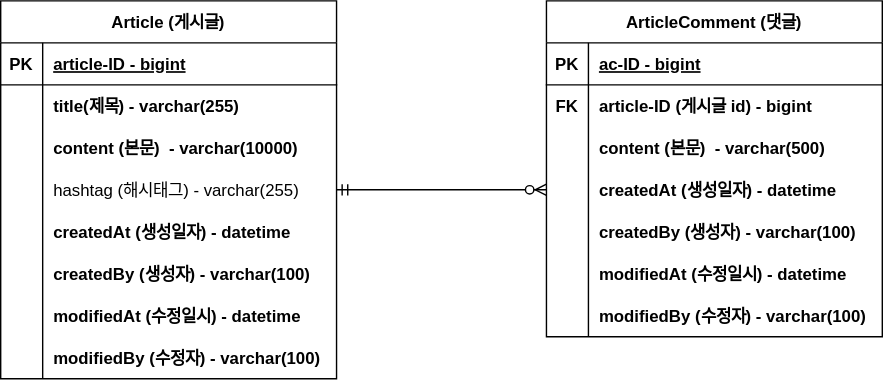
Before: document/ERD.svg, a diagram exported from draw.io (goodjob0412/project-board). Source tidied: cells renumbered, new cells last; positions are measured from the earlier drawing's top-left corner, leaving out a move shared by most shapes.
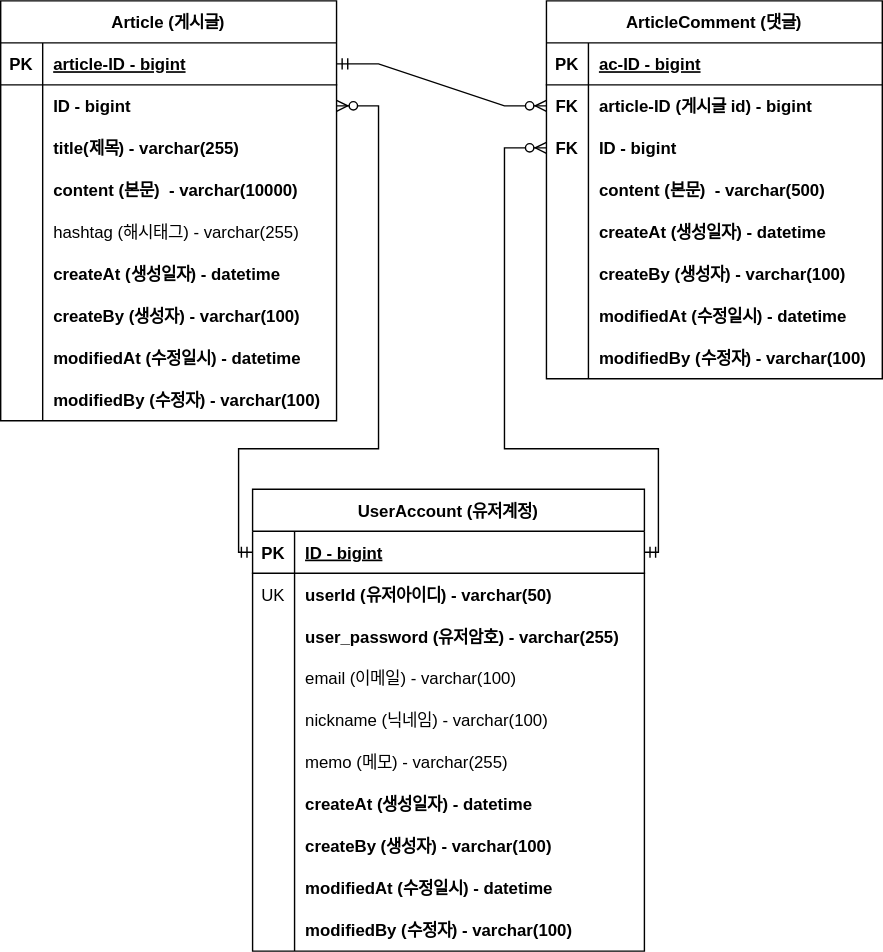
Later version of the same file.

The edit, as a diff of the source:
```diff
@@ -3,7 +3,7 @@
     <mxCell id="0" />
     <mxCell id="1" parent="0" />
     <mxCell id="2" value="Article (게시글)" style="shape=table;startSize=30;rowLines=0;fontStyle=1;align=center;" parent="1" vertex="1">
-      <mxGeometry width="240" height="270" as="geometry" />
+      <mxGeometry width="240" height="300" as="geometry" />
     </mxCell>
     <mxCell id="3" style="shape=tableRow;horizontal=0;startSize=0;swimlaneHead=0;swimlaneBody=0;fillColor=none;points=[[0,0.5],[1,0.5]];portConstraint=eastwest;top=0;left=0;right=0;bottom=1;" parent="2" vertex="1">
       <mxGeometry y="30" width="240" height="30" as="geometry" />
@@ -20,11 +20,20 @@
     <mxCell id="7" style="shape=partialRectangle;fillColor=none;top=0;left=0;bottom=0;right=0;overflow=hidden;" parent="6" vertex="1">
       <mxGeometry width="30" height="30" as="geometry" />
     </mxCell>
-    <mxCell id="8" value="title(제목) - varchar(255)" style="shape=partialRectangle;fillColor=none;top=0;left=0;bottom=0;right=0;align=left;spacingLeft=6;overflow=hidden;fontStyle=1;" parent="6" vertex="1">
+    <mxCell id="8" value="ID - bigint" style="shape=partialRectangle;fillColor=none;top=0;left=0;bottom=0;right=0;align=left;spacingLeft=6;overflow=hidden;fontStyle=1;" parent="6" vertex="1">
       <mxGeometry x="30" width="210" height="30" as="geometry" />
     </mxCell>
+    <mxCell id="50" style="shape=tableRow;horizontal=0;startSize=0;swimlaneHead=0;swimlaneBody=0;fillColor=none;top=0;left=0;right=0;bottom=0;" parent="2" vertex="1">
+      <mxGeometry y="90" width="240" height="30" as="geometry" />
+    </mxCell>
+    <mxCell id="51" style="shape=partialRectangle;fillColor=none;top=0;left=0;bottom=0;right=0;overflow=hidden;" parent="50" vertex="1">
+      <mxGeometry width="30" height="30" as="geometry" />
+    </mxCell>
+    <mxCell id="52" value="title(제목) - varchar(255)" style="shape=partialRectangle;fillColor=none;top=0;left=0;bottom=0;right=0;align=left;spacingLeft=6;overflow=hidden;fontStyle=1;" parent="50" vertex="1">
+      <mxGeometry x="30" width="210" height="30" as="geometry" />
+    </mxCell>
     <mxCell id="9" style="shape=tableRow;horizontal=0;startSize=0;swimlaneHead=0;swimlaneBody=0;fillColor=none;top=0;left=0;right=0;bottom=0;" parent="2" vertex="1">
-      <mxGeometry y="90" width="240" height="30" as="geometry" />
+      <mxGeometry y="120" width="240" height="30" as="geometry" />
     </mxCell>
     <mxCell id="10" style="shape=partialRectangle;fillColor=none;top=0;left=0;bottom=0;right=0;overflow=hidden;" parent="9" vertex="1">
       <mxGeometry width="30" height="30" as="geometry" />
@@ -33,7 +42,7 @@
       <mxGeometry x="30" width="210" height="30" as="geometry" />
     </mxCell>
     <mxCell id="12" style="shape=tableRow;horizontal=0;startSize=0;swimlaneHead=0;swimlaneBody=0;fillColor=none;points=[[0,0.5],[1,0.5]];portConstraint=eastwest;top=0;left=0;right=0;bottom=0;" parent="2" vertex="1">
-      <mxGeometry y="120" width="240" height="30" as="geometry" />
+      <mxGeometry y="150" width="240" height="30" as="geometry" />
     </mxCell>
     <mxCell id="13" style="shape=partialRectangle;fillColor=none;top=0;left=0;bottom=0;right=0;overflow=hidden;" parent="12" vertex="1">
       <mxGeometry width="30" height="30" as="geometry" />
@@ -42,7 +51,7 @@
       <mxGeometry x="30" width="210" height="30" as="geometry" />
     </mxCell>
     <mxCell id="15" style="shape=tableRow;horizontal=0;startSize=0;swimlaneHead=0;swimlaneBody=0;fillColor=none;top=0;left=0;right=0;bottom=0;" parent="2" vertex="1">
-      <mxGeometry y="150" width="240" height="30" as="geometry" />
+      <mxGeometry y="180" width="240" height="30" as="geometry" />
     </mxCell>
     <mxCell id="16" style="shape=partialRectangle;fillColor=none;top=0;left=0;bottom=0;right=0;overflow=hidden;" parent="15" vertex="1">
       <mxGeometry width="30" height="30" as="geometry" />
@@ -51,7 +60,7 @@
       <mxGeometry x="30" width="210" height="30" as="geometry" />
     </mxCell>
     <mxCell id="18" style="shape=tableRow;horizontal=0;startSize=0;swimlaneHead=0;swimlaneBody=0;fillColor=none;top=0;left=0;right=0;bottom=0;" parent="2" vertex="1">
-      <mxGeometry y="180" width="240" height="30" as="geometry" />
+      <mxGeometry y="210" width="240" height="30" as="geometry" />
     </mxCell>
     <mxCell id="19" style="shape=partialRectangle;fillColor=none;top=0;left=0;bottom=0;right=0;overflow=hidden;" parent="18" vertex="1">
       <mxGeometry width="30" height="30" as="geometry" />
@@ -60,7 +69,7 @@
       <mxGeometry x="30" width="210" height="30" as="geometry" />
     </mxCell>
     <mxCell id="21" style="shape=tableRow;horizontal=0;startSize=0;swimlaneHead=0;swimlaneBody=0;fillColor=none;top=0;left=0;right=0;bottom=0;" parent="2" vertex="1">
-      <mxGeometry y="210" width="240" height="30" as="geometry" />
+      <mxGeometry y="240" width="240" height="30" as="geometry" />
     </mxCell>
     <mxCell id="22" style="shape=partialRectangle;fillColor=none;top=0;left=0;bottom=0;right=0;overflow=hidden;" parent="21" vertex="1">
       <mxGeometry width="30" height="30" as="geometry" />
@@ -69,7 +78,7 @@
       <mxGeometry x="30" width="210" height="30" as="geometry" />
     </mxCell>
     <mxCell id="24" style="shape=tableRow;horizontal=0;startSize=0;swimlaneHead=0;swimlaneBody=0;fillColor=none;top=0;left=0;right=0;bottom=0;" parent="2" vertex="1">
-      <mxGeometry y="240" width="240" height="30" as="geometry" />
+      <mxGeometry y="270" width="240" height="30" as="geometry" />
     </mxCell>
     <mxCell id="25" style="shape=partialRectangle;fillColor=none;top=0;left=0;bottom=0;right=0;overflow=hidden;" parent="24" vertex="1">
       <mxGeometry width="30" height="30" as="geometry" />
@@ -78,7 +87,7 @@
       <mxGeometry x="30" width="210" height="30" as="geometry" />
     </mxCell>
     <mxCell id="27" value="ArticleComment (댓글)" style="shape=table;startSize=30;rowLines=0;fontStyle=1;align=center;" parent="1" vertex="1">
-      <mxGeometry x="390" width="240" height="240" as="geometry" />
+      <mxGeometry x="390" width="240" height="270" as="geometry" />
     </mxCell>
     <mxCell id="28" style="shape=tableRow;horizontal=0;startSize=0;swimlaneHead=0;swimlaneBody=0;fillColor=none;top=0;left=0;right=0;bottom=1;" parent="27" vertex="1">
       <mxGeometry y="30" width="240" height="30" as="geometry" />
@@ -98,8 +107,17 @@
     <mxCell id="33" value="article-ID (게시글 id) - bigint" style="shape=partialRectangle;fillColor=none;top=0;left=0;bottom=0;right=0;align=left;spacingLeft=6;overflow=hidden;fontStyle=1;" parent="31" vertex="1">
       <mxGeometry x="30" width="210" height="30" as="geometry" />
     </mxCell>
+    <mxCell id="53" style="shape=tableRow;horizontal=0;startSize=0;swimlaneHead=0;swimlaneBody=0;fillColor=none;points=[[0,0.5],[1,0.5]];portConstraint=eastwest;top=0;left=0;right=0;bottom=0;" parent="27" vertex="1">
+      <mxGeometry y="90" width="240" height="30" as="geometry" />
+    </mxCell>
+    <mxCell id="54" value="FK" style="shape=partialRectangle;fillColor=none;top=0;left=0;bottom=0;right=0;overflow=hidden;fontStyle=1;" parent="53" vertex="1">
+      <mxGeometry width="30" height="30" as="geometry" />
+    </mxCell>
+    <mxCell id="55" value="ID - bigint" style="shape=partialRectangle;fillColor=none;top=0;left=0;bottom=0;right=0;align=left;spacingLeft=6;overflow=hidden;fontStyle=1;" parent="53" vertex="1">
+      <mxGeometry x="30" width="210" height="30" as="geometry" />
+    </mxCell>
     <mxCell id="34" style="shape=tableRow;horizontal=0;startSize=0;swimlaneHead=0;swimlaneBody=0;fillColor=none;top=0;left=0;right=0;bottom=0;" parent="27" vertex="1">
-      <mxGeometry y="90" width="240" height="30" as="geometry" />
+      <mxGeometry y="120" width="240" height="30" as="geometry" />
     </mxCell>
     <mxCell id="35" style="shape=partialRectangle;fillColor=none;top=0;left=0;bottom=0;right=0;overflow=hidden;" parent="34" vertex="1">
       <mxGeometry width="30" height="30" as="geometry" />
@@ -108,7 +126,7 @@
       <mxGeometry x="30" width="210" height="30" as="geometry" />
     </mxCell>
     <mxCell id="37" style="shape=tableRow;horizontal=0;startSize=0;swimlaneHead=0;swimlaneBody=0;fillColor=none;points=[[0,0.5],[1,0.5]];portConstraint=eastwest;top=0;left=0;right=0;bottom=0;" parent="27" vertex="1">
-      <mxGeometry y="120" width="240" height="30" as="geometry" />
+      <mxGeometry y="150" width="240" height="30" as="geometry" />
     </mxCell>
     <mxCell id="38" style="shape=partialRectangle;fillColor=none;top=0;left=0;bottom=0;right=0;overflow=hidden;" parent="37" vertex="1">
       <mxGeometry width="30" height="30" as="geometry" />
@@ -117,7 +135,7 @@
       <mxGeometry x="30" width="210" height="30" as="geometry" />
     </mxCell>
     <mxCell id="40" style="shape=tableRow;horizontal=0;startSize=0;swimlaneHead=0;swimlaneBody=0;fillColor=none;top=0;left=0;right=0;bottom=0;" parent="27" vertex="1">
-      <mxGeometry y="150" width="240" height="30" as="geometry" />
+      <mxGeometry y="180" width="240" height="30" as="geometry" />
     </mxCell>
     <mxCell id="41" style="shape=partialRectangle;fillColor=none;top=0;left=0;bottom=0;right=0;overflow=hidden;" parent="40" vertex="1">
       <mxGeometry width="30" height="30" as="geometry" />
@@ -126,7 +144,7 @@
       <mxGeometry x="30" width="210" height="30" as="geometry" />
     </mxCell>
     <mxCell id="43" style="shape=tableRow;horizontal=0;startSize=0;swimlaneHead=0;swimlaneBody=0;fillColor=none;top=0;left=0;right=0;bottom=0;" parent="27" vertex="1">
-      <mxGeometry y="180" width="240" height="30" as="geometry" />
+      <mxGeometry y="210" width="240" height="30" as="geometry" />
     </mxCell>
     <mxCell id="44" style="shape=partialRectangle;fillColor=none;top=0;left=0;bottom=0;right=0;overflow=hidden;" parent="43" vertex="1">
       <mxGeometry width="30" height="30" as="geometry" />
@@ -135,7 +153,7 @@
       <mxGeometry x="30" width="210" height="30" as="geometry" />
     </mxCell>
     <mxCell id="46" style="shape=tableRow;horizontal=0;startSize=0;swimlaneHead=0;swimlaneBody=0;fillColor=none;top=0;left=0;right=0;bottom=0;" parent="27" vertex="1">
-      <mxGeometry y="210" width="240" height="30" as="geometry" />
+      <mxGeometry y="240" width="240" height="30" as="geometry" />
     </mxCell>
     <mxCell id="47" style="shape=partialRectangle;fillColor=none;top=0;left=0;bottom=0;right=0;overflow=hidden;" parent="46" vertex="1">
       <mxGeometry width="30" height="30" as="geometry" />
@@ -143,8 +161,121 @@
     <mxCell id="48" value="modifiedBy (수정자) - varchar(100)" style="shape=partialRectangle;fillColor=none;top=0;left=0;bottom=0;right=0;align=left;spacingLeft=6;overflow=hidden;fontStyle=1;" parent="46" vertex="1">
       <mxGeometry x="30" width="210" height="30" as="geometry" />
     </mxCell>
-    <mxCell id="49" style="edgeStyle=entityRelationEdgeStyle;fontSize=12;html=1;endArrow=ERzeroToMany;startArrow=ERmandOne;rounded=0;exitX=1;exitY=0.5;exitDx=0;exitDy=0;entryX=0;entryY=0.5;entryDx=0;entryDy=0;" parent="1" edge="1" source="12" target="37">
+    <mxCell id="49" style="edgeStyle=entityRelationEdgeStyle;fontSize=12;html=1;endArrow=ERzeroToMany;startArrow=ERmandOne;rounded=0;exitX=1;exitY=0.5;exitDx=0;exitDy=0;entryX=0;entryY=0.5;entryDx=0;entryDy=0;" parent="1" edge="1" source="3" target="31">
       <mxGeometry relative="1" as="geometry" />
     </mxCell>
+    <mxCell id="56" value="UserAccount (유저계정)" style="shape=table;startSize=30;rowLines=0;fontStyle=1;align=center;" parent="1" vertex="1">
+      <mxGeometry x="180" y="349" width="280" height="330" as="geometry" />
+    </mxCell>
+    <mxCell id="57" style="shape=tableRow;horizontal=0;startSize=0;swimlaneHead=0;swimlaneBody=0;fillColor=none;points=[[0,0.5],[1,0.5]];portConstraint=eastwest;top=0;left=0;right=0;bottom=1;" parent="56" vertex="1">
+      <mxGeometry y="30" width="280" height="30" as="geometry" />
+    </mxCell>
+    <mxCell id="58" value="PK" style="shape=partialRectangle;fillColor=none;top=0;left=0;bottom=0;right=0;fontStyle=1;overflow=hidden;" parent="57" vertex="1">
+      <mxGeometry width="30" height="30" as="geometry" />
+    </mxCell>
+    <mxCell id="59" value="ID - bigint" style="shape=partialRectangle;fillColor=none;top=0;left=0;bottom=0;right=0;align=left;spacingLeft=6;fontStyle=5;overflow=hidden;" parent="57" vertex="1">
+      <mxGeometry x="30" width="250" height="30" as="geometry" />
+    </mxCell>
+    <mxCell id="60" style="shape=tableRow;horizontal=0;startSize=0;swimlaneHead=0;swimlaneBody=0;fillColor=none;top=0;left=0;right=0;bottom=0;" parent="56" vertex="1">
+      <mxGeometry y="60" width="280" height="30" as="geometry" />
+    </mxCell>
+    <mxCell id="61" value="UK" style="shape=partialRectangle;fillColor=none;top=0;left=0;bottom=0;right=0;overflow=hidden;" parent="60" vertex="1">
+      <mxGeometry width="30" height="30" as="geometry" />
+    </mxCell>
+    <mxCell id="62" value="userId (유저아이디) - varchar(50)" style="shape=partialRectangle;fillColor=none;top=0;left=0;bottom=0;right=0;align=left;spacingLeft=6;overflow=hidden;fontStyle=1;" parent="60" vertex="1">
+      <mxGeometry x="30" width="250" height="30" as="geometry" />
+    </mxCell>
+    <mxCell id="63" style="shape=tableRow;horizontal=0;startSize=0;swimlaneHead=0;swimlaneBody=0;fillColor=none;top=0;left=0;right=0;bottom=0;" parent="56" vertex="1">
+      <mxGeometry y="90" width="280" height="30" as="geometry" />
+    </mxCell>
+    <mxCell id="64" style="shape=partialRectangle;fillColor=none;top=0;left=0;bottom=0;right=0;overflow=hidden;" parent="63" vertex="1">
+      <mxGeometry width="30" height="30" as="geometry" />
+    </mxCell>
+    <mxCell id="65" value="user_password (유저암호) - varchar(255)" style="shape=partialRectangle;fillColor=none;top=0;left=0;bottom=0;right=0;align=left;spacingLeft=6;overflow=hidden;fontStyle=1;" parent="63" vertex="1">
+      <mxGeometry x="30" width="250" height="30" as="geometry" />
+    </mxCell>
+    <mxCell id="66" style="shape=tableRow;horizontal=0;startSize=0;swimlaneHead=0;swimlaneBody=0;fillColor=none;top=0;left=0;right=0;bottom=0;" parent="56" vertex="1">
+      <mxGeometry y="120" width="280" height="30" as="geometry" />
+    </mxCell>
+    <mxCell id="67" value="    " style="shape=partialRectangle;fillColor=none;top=0;left=0;bottom=0;right=0;overflow=hidden;" parent="66" vertex="1">
+      <mxGeometry width="30" height="30" as="geometry" />
+    </mxCell>
+    <mxCell id="68" value="email (이메일) - varchar(100)" style="shape=partialRectangle;fillColor=none;top=0;left=0;bottom=0;right=0;align=left;spacingLeft=6;overflow=hidden;" parent="66" vertex="1">
+      <mxGeometry x="30" width="250" height="30" as="geometry" />
+    </mxCell>
+    <mxCell id="69" style="shape=tableRow;horizontal=0;startSize=0;swimlaneHead=0;swimlaneBody=0;fillColor=none;top=0;left=0;right=0;bottom=0;" parent="56" vertex="1">
+      <mxGeometry y="150" width="280" height="30" as="geometry" />
+    </mxCell>
+    <mxCell id="70" value="    " style="shape=partialRectangle;fillColor=none;top=0;left=0;bottom=0;right=0;overflow=hidden;" parent="69" vertex="1">
+      <mxGeometry width="30" height="30" as="geometry" />
+    </mxCell>
+    <mxCell id="71" value="nickname (닉네임) - varchar(100)" style="shape=partialRectangle;fillColor=none;top=0;left=0;bottom=0;right=0;align=left;spacingLeft=6;overflow=hidden;" parent="69" vertex="1">
+      <mxGeometry x="30" width="250" height="30" as="geometry" />
+    </mxCell>
+    <mxCell id="72" style="shape=tableRow;horizontal=0;startSize=0;swimlaneHead=0;swimlaneBody=0;fillColor=none;top=0;left=0;right=0;bottom=0;" parent="56" vertex="1">
+      <mxGeometry y="180" width="280" height="30" as="geometry" />
+    </mxCell>
+    <mxCell id="73" value="    " style="shape=partialRectangle;fillColor=none;top=0;left=0;bottom=0;right=0;overflow=hidden;" parent="72" vertex="1">
+      <mxGeometry width="30" height="30" as="geometry" />
+    </mxCell>
+    <mxCell id="74" value="memo (메모) - varchar(255)" style="shape=partialRectangle;fillColor=none;top=0;left=0;bottom=0;right=0;align=left;spacingLeft=6;overflow=hidden;" parent="72" vertex="1">
+      <mxGeometry x="30" width="250" height="30" as="geometry" />
+    </mxCell>
+    <mxCell id="75" style="shape=tableRow;horizontal=0;startSize=0;swimlaneHead=0;swimlaneBody=0;fillColor=none;top=0;left=0;right=0;bottom=0;" parent="56" vertex="1">
+      <mxGeometry y="210" width="280" height="30" as="geometry" />
+    </mxCell>
+    <mxCell id="76" value="    " style="shape=partialRectangle;fillColor=none;top=0;left=0;bottom=0;right=0;overflow=hidden;" parent="75" vertex="1">
+      <mxGeometry width="30" height="30" as="geometry" />
+    </mxCell>
+    <mxCell id="77" value="createAt (생성일자) - datetime" style="shape=partialRectangle;fillColor=none;top=0;left=0;bottom=0;right=0;align=left;spacingLeft=6;overflow=hidden;fontStyle=1;" parent="75" vertex="1">
+      <mxGeometry x="30" width="250" height="30" as="geometry" />
+    </mxCell>
+    <mxCell id="78" style="shape=tableRow;horizontal=0;startSize=0;swimlaneHead=0;swimlaneBody=0;fillColor=none;top=0;left=0;right=0;bottom=0;" parent="56" vertex="1">
+      <mxGeometry y="240" width="280" height="30" as="geometry" />
+    </mxCell>
+    <mxCell id="79" value="    " style="shape=partialRectangle;fillColor=none;top=0;left=0;bottom=0;right=0;overflow=hidden;" parent="78" vertex="1">
+      <mxGeometry width="30" height="30" as="geometry" />
+    </mxCell>
+    <mxCell id="80" value="createBy (생성자) - varchar(100)" style="shape=partialRectangle;fillColor=none;top=0;left=0;bottom=0;right=0;align=left;spacingLeft=6;overflow=hidden;fontStyle=1;" parent="78" vertex="1">
+      <mxGeometry x="30" width="250" height="30" as="geometry" />
+    </mxCell>
+    <mxCell id="81" style="shape=tableRow;horizontal=0;startSize=0;swimlaneHead=0;swimlaneBody=0;fillColor=none;top=0;left=0;right=0;bottom=0;" parent="56" vertex="1">
+      <mxGeometry y="270" width="280" height="30" as="geometry" />
+    </mxCell>
+    <mxCell id="82" value="    " style="shape=partialRectangle;fillColor=none;top=0;left=0;bottom=0;right=0;overflow=hidden;" parent="81" vertex="1">
+      <mxGeometry width="30" height="30" as="geometry" />
+    </mxCell>
+    <mxCell id="83" value="modifiedAt (수정일시) - datetime" style="shape=partialRectangle;fillColor=none;top=0;left=0;bottom=0;right=0;align=left;spacingLeft=6;overflow=hidden;fontStyle=1;" parent="81" vertex="1">
+      <mxGeometry x="30" width="250" height="30" as="geometry" />
+    </mxCell>
+    <mxCell id="84" style="shape=tableRow;horizontal=0;startSize=0;swimlaneHead=0;swimlaneBody=0;fillColor=none;top=0;left=0;right=0;bottom=0;" parent="56" vertex="1">
+      <mxGeometry y="300" width="280" height="30" as="geometry" />
+    </mxCell>
+    <mxCell id="85" value="    " style="shape=partialRectangle;fillColor=none;top=0;left=0;bottom=0;right=0;overflow=hidden;" parent="84" vertex="1">
+      <mxGeometry width="30" height="30" as="geometry" />
+    </mxCell>
+    <mxCell id="86" value="modifiedBy (수정자) - varchar(100)" style="shape=partialRectangle;fillColor=none;top=0;left=0;bottom=0;right=0;align=left;spacingLeft=6;overflow=hidden;fontStyle=1;" parent="84" vertex="1">
+      <mxGeometry x="30" width="250" height="30" as="geometry" />
+    </mxCell>
+    <mxCell id="87" style="edgeStyle=orthogonalEdgeStyle;fontSize=12;html=1;endArrow=ERzeroToMany;startArrow=ERmandOne;rounded=0;exitX=0;exitY=0.5;exitDx=0;exitDy=0;entryX=1;entryY=0.5;entryDx=0;entryDy=0;" parent="1" edge="1" source="57" target="6">
+      <mxGeometry relative="1" as="geometry">
+        <Array as="points">
+          <mxPoint x="170" y="394" />
+          <mxPoint x="170" y="320" />
+          <mxPoint x="270" y="320" />
+          <mxPoint x="270" y="75" />
+        </Array>
+      </mxGeometry>
+    </mxCell>
+    <mxCell id="88" style="edgeStyle=orthogonalEdgeStyle;fontSize=12;html=1;endArrow=ERzeroToMany;startArrow=ERmandOne;rounded=0;exitX=1;exitY=0.5;exitDx=0;exitDy=0;entryX=0;entryY=0.5;entryDx=0;entryDy=0;" parent="1" edge="1" source="57" target="53">
+      <mxGeometry relative="1" as="geometry">
+        <Array as="points">
+          <mxPoint x="470" y="394" />
+          <mxPoint x="470" y="320" />
+          <mxPoint x="360" y="320" />
+          <mxPoint x="360" y="105" />
+        </Array>
+      </mxGeometry>
+    </mxCell>
   </root>
 </mxGraphModel>
```
